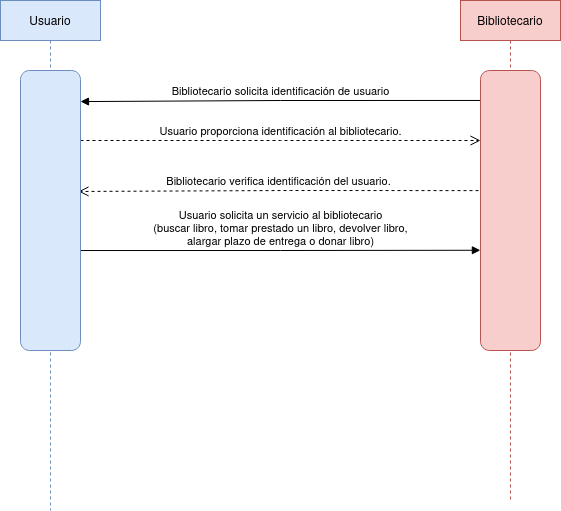
Above: Diagramas/Casos de uso biblioteca/DS Biblioteca.drawio.png in RafaelMayor/ETS (draw.io), before the change. Source tidied: cells renumbered, new cells last; positions are measured from the earlier drawing's top-left corner, leaving out a move shared by most shapes.
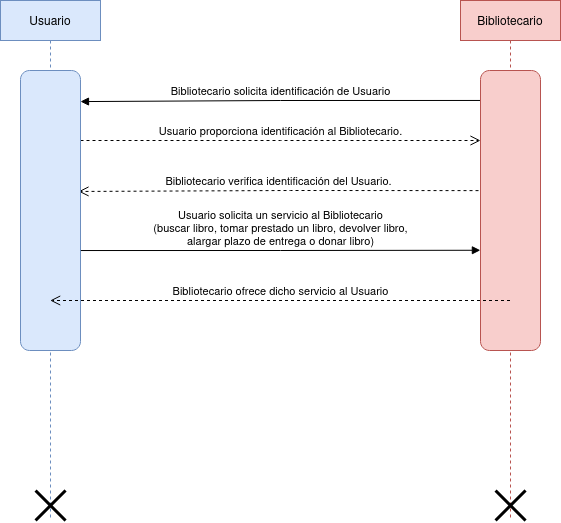
The same file after the commit.

The edit, as a diff of the source:
```diff
@@ -3,26 +3,29 @@
     <mxCell id="0" />
     <mxCell id="1" parent="0" />
     <mxCell id="2" value="Usuario" style="shape=umlLifeline;perimeter=lifelinePerimeter;whiteSpace=wrap;html=1;outlineConnect=0;portConstraint=eastwest;newEdgeStyle={&quot;curved&quot;:0,&quot;rounded&quot;:0};fillColor=#dae8fc;strokeColor=#6c8ebf;" parent="1" vertex="1">
-      <mxGeometry x="90" width="100" height="510" as="geometry" />
+      <mxGeometry x="90" width="100" height="520" as="geometry" />
     </mxCell>
+    <mxCell id="10" style="shape=umlDestroy;whiteSpace=wrap;html=1;strokeWidth=3;targetShapes=umlLifeline;" parent="2" vertex="1">
+      <mxGeometry x="35" y="490" width="30" height="30" as="geometry" />
+    </mxCell>
     <mxCell id="3" value="Bibliotecario" style="shape=umlLifeline;perimeter=lifelinePerimeter;whiteSpace=wrap;html=1;outlineConnect=0;portConstraint=eastwest;newEdgeStyle={&quot;curved&quot;:0,&quot;rounded&quot;:0};fillColor=#f8cecc;strokeColor=#b85450;" parent="1" vertex="1">
-      <mxGeometry x="550" width="100" height="500" as="geometry" />
+      <mxGeometry x="550" width="100" height="520" as="geometry" />
     </mxCell>
-    <mxCell id="4" value="&lt;div&gt;Bibliotecario solicita identificación de usuario&lt;/div&gt;" style="html=1;verticalAlign=bottom;endArrow=block;curved=0;rounded=0;exitX=0.107;exitY=1;exitDx=0;exitDy=0;exitPerimeter=0;entryX=0.111;entryY=0;entryDx=0;entryDy=0;entryPerimeter=0;" parent="1" edge="1" source="8" target="7">
+    <mxCell id="4" value="&lt;div&gt;Bibliotecario solicita identificación de Usuario&lt;/div&gt;" style="html=1;verticalAlign=bottom;endArrow=block;curved=0;rounded=0;exitX=0.107;exitY=1;exitDx=0;exitDy=0;exitPerimeter=0;entryX=0.111;entryY=0;entryDx=0;entryDy=0;entryPerimeter=0;" parent="1" edge="1" source="8" target="7">
       <mxGeometry relative="1" as="geometry">
         <Array as="points">
           <mxPoint x="370" y="100" />
         </Array>
       </mxGeometry>
     </mxCell>
-    <mxCell id="5" value="Usuario proporciona identificación al bibliotecario." style="html=1;verticalAlign=bottom;endArrow=open;dashed=1;endSize=8;curved=0;rounded=0;exitX=0.25;exitY=0;exitDx=0;exitDy=0;entryX=0.25;entryY=1;entryDx=0;entryDy=0;" parent="1" edge="1" source="7" target="8">
+    <mxCell id="5" value="Usuario proporciona identificación al Bibliotecario." style="html=1;verticalAlign=bottom;endArrow=open;dashed=1;endSize=8;curved=0;rounded=0;exitX=0.25;exitY=0;exitDx=0;exitDy=0;entryX=0.25;entryY=1;entryDx=0;entryDy=0;" parent="1" edge="1" source="7" target="8">
       <mxGeometry relative="1" as="geometry">
         <Array as="points">
           <mxPoint x="370" y="140" />
         </Array>
       </mxGeometry>
     </mxCell>
-    <mxCell id="6" value="Bibliotecario verifica identificación del usuario." style="html=1;verticalAlign=bottom;endArrow=open;dashed=1;endSize=8;curved=0;rounded=0;exitX=0.429;exitY=1.033;exitDx=0;exitDy=0;exitPerimeter=0;entryX=0.432;entryY=0.033;entryDx=0;entryDy=0;entryPerimeter=0;" parent="1" edge="1" source="8" target="7">
+    <mxCell id="6" value="Bibliotecario verifica identificación del Usuario." style="html=1;verticalAlign=bottom;endArrow=open;dashed=1;endSize=8;curved=0;rounded=0;exitX=0.429;exitY=1.033;exitDx=0;exitDy=0;exitPerimeter=0;entryX=0.432;entryY=0.033;entryDx=0;entryDy=0;entryPerimeter=0;" parent="1" edge="1" source="8" target="7">
       <mxGeometry relative="1" as="geometry">
         <Array as="points">
           <mxPoint x="380" y="190" />
@@ -35,12 +38,22 @@
     <mxCell id="8" style="rounded=1;whiteSpace=wrap;html=1;rotation=90;fillColor=#f8cecc;strokeColor=#b85450;" parent="1" vertex="1">
       <mxGeometry x="460" y="180" width="280" height="60" as="geometry" />
     </mxCell>
-    <mxCell id="9" value="&lt;div&gt;Usuario solicita un servicio al bibliotecario&lt;/div&gt;&lt;div&gt;(buscar libro, tomar prestado un libro, devolver libro,&lt;/div&gt;&lt;div&gt;alargar plazo de entrega o donar libro)&lt;/div&gt;" style="html=1;verticalAlign=bottom;endArrow=block;curved=0;rounded=0;entryX=0.642;entryY=1.002;entryDx=0;entryDy=0;entryPerimeter=0;exitX=0.643;exitY=-0.006;exitDx=0;exitDy=0;exitPerimeter=0;" parent="1" edge="1" source="7" target="8">
+    <mxCell id="9" value="&lt;div&gt;Usuario solicita un servicio al Bibliotecario&lt;/div&gt;&lt;div&gt;(buscar libro, tomar prestado un libro, devolver libro,&lt;/div&gt;&lt;div&gt;alargar plazo de entrega o donar libro)&lt;/div&gt;" style="html=1;verticalAlign=bottom;endArrow=block;curved=0;rounded=0;entryX=0.642;entryY=1.002;entryDx=0;entryDy=0;entryPerimeter=0;exitX=0.643;exitY=-0.006;exitDx=0;exitDy=0;exitPerimeter=0;" parent="1" edge="1" source="7" target="8">
       <mxGeometry relative="1" as="geometry">
         <Array as="points">
           <mxPoint x="370" y="250" />
         </Array>
       </mxGeometry>
     </mxCell>
+    <mxCell id="11" style="shape=umlDestroy;whiteSpace=wrap;html=1;strokeWidth=3;targetShapes=umlLifeline;" parent="1" vertex="1">
+      <mxGeometry x="585" y="490" width="30" height="30" as="geometry" />
+    </mxCell>
+    <mxCell id="12" value="Bibliotecario ofrece dicho servicio al Usuario" style="html=1;verticalAlign=bottom;endArrow=open;dashed=1;endSize=8;curved=0;rounded=0;" parent="1" edge="1" source="3" target="2">
+      <mxGeometry relative="1" as="geometry">
+        <Array as="points">
+          <mxPoint x="300" y="300" />
+        </Array>
+      </mxGeometry>
+    </mxCell>
   </root>
 </mxGraphModel>
```
